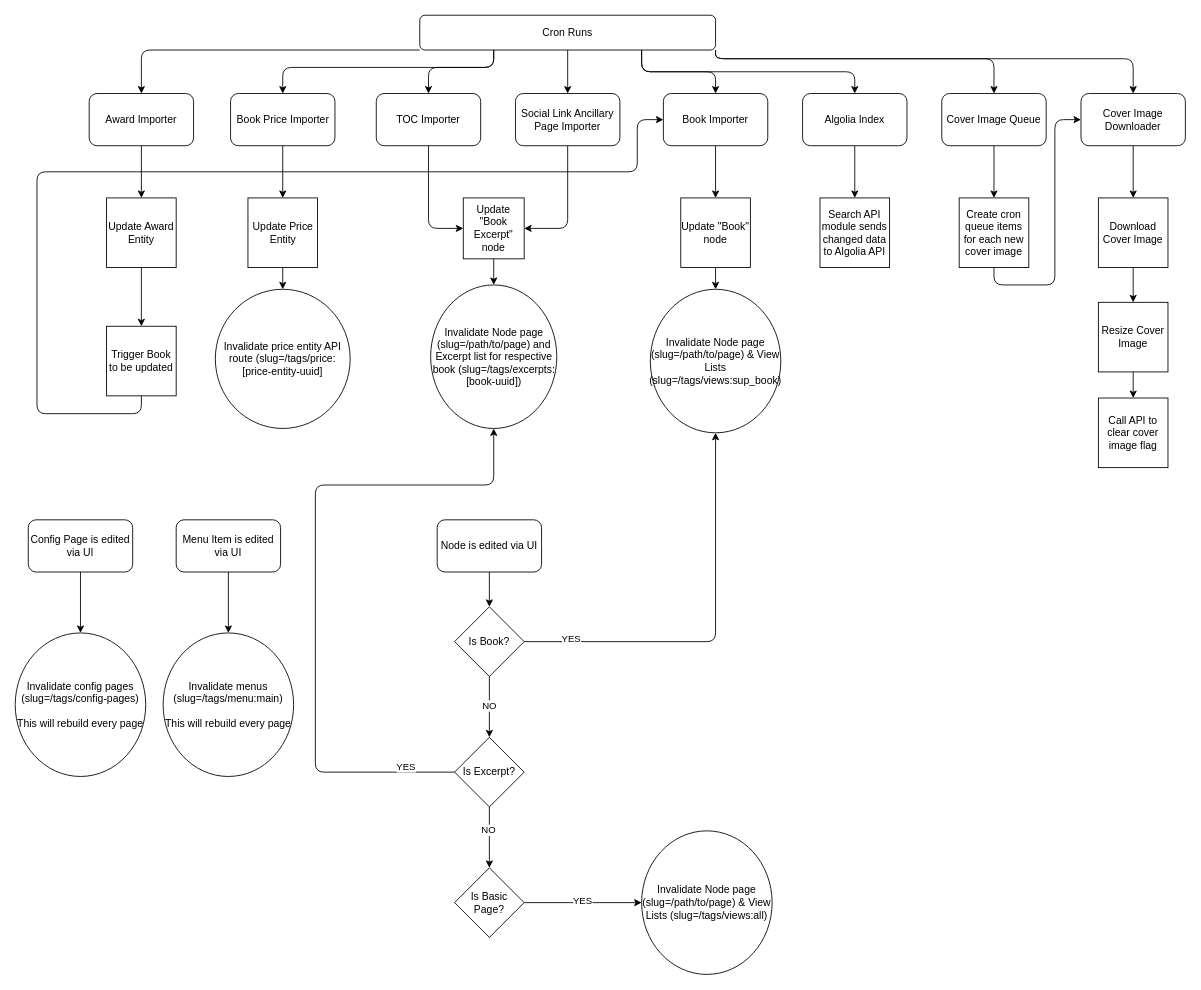
The draw.io diagram docs/architecture-flow.drawio in SU-SWS/press-nextjs, before the edit. Source tidied: cells renumbered, new cells numbered last; positions are measured from the earlier drawing's top-left corner, leaving out a move shared by most shapes. Both pictures are drawn from the tidied source at 87%, with x=0, y=0 at pixel (15, 15).
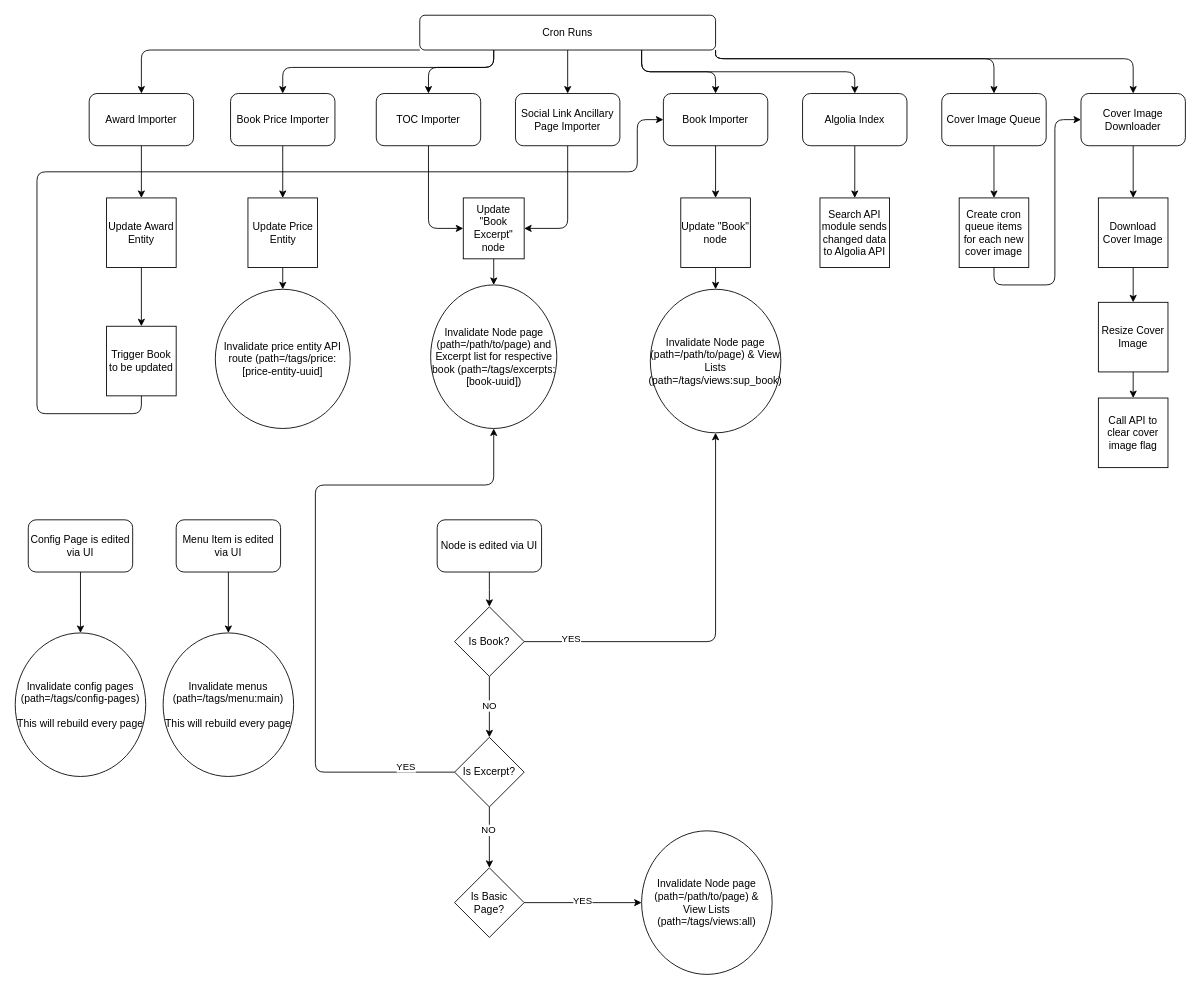
After the change.

Commit message (it also covers changes not shown here):
Updated architectural workflow

Change to the diagram source:
```diff
@@
-    <mxCell id="33" value="&lt;div&gt;Invalidate price entity API route (slug=/tags/price:[price-entity-uuid]&lt;br&gt;&lt;/div&gt;" style="ellipse;whiteSpace=wrap;html=1;" parent="1" vertex="1">
+    <mxCell id="33" value="&lt;div&gt;Invalidate price entity API route (path=/tags/price:[price-entity-uuid]&lt;br&gt;&lt;/div&gt;" style="ellipse;whiteSpace=wrap;html=1;" parent="1" vertex="1">
       <mxGeometry x="230" y="315" width="155" height="160" as="geometry" />
     </mxCell>
-    <mxCell id="34" value="&lt;div&gt;Invalidate Node page (slug=/path/to/page) &amp;amp; View Lists (slug=/tags/views:sup_book)&lt;/div&gt;" style="ellipse;whiteSpace=wrap;html=1;" parent="1" vertex="1">
+    <mxCell id="34" value="&lt;div&gt;Invalidate Node page (path=/path/to/page) &amp;amp; View Lists (path=/tags/views:sup_book)&lt;/div&gt;" style="ellipse;whiteSpace=wrap;html=1;" parent="1" vertex="1">
       <mxGeometry x="730" y="315" width="150" height="165" as="geometry" />
     </mxCell>
-    <mxCell id="35" value="Invalidate Node page (slug=/path/to/page) and Excerpt list for respective book (slug=/tags/excerpts:[book-uuid])" style="ellipse;whiteSpace=wrap;html=1;" parent="1" vertex="1">
+    <mxCell id="35" value="Invalidate Node page (path=/path/to/page) and Excerpt list for respective book (path=/tags/excerpts:[book-uuid])" style="ellipse;whiteSpace=wrap;html=1;" parent="1" vertex="1">
       <mxGeometry x="477.5" y="310" width="145" height="165" as="geometry" />
     </mxCell>
@@
-    <mxCell id="52" value="&lt;div&gt;Invalidate Node page (slug=/path/to/page) &amp;amp; View Lists (slug=/tags/views:all)&lt;/div&gt;" style="ellipse;whiteSpace=wrap;html=1;" parent="1" vertex="1">
+    <mxCell id="52" value="&lt;div&gt;Invalidate Node page (path=/path/to/page) &amp;amp; View Lists (path=/tags/views:all)&lt;/div&gt;" style="ellipse;whiteSpace=wrap;html=1;" parent="1" vertex="1">
       <mxGeometry x="720" y="937.5" width="150" height="165" as="geometry" />
     </mxCell>
@@
-    <mxCell id="55" value="&lt;div&gt;Invalidate config pages (slug=/tags/config-pages)&lt;/div&gt;&lt;div&gt;&lt;br&gt;&lt;/div&gt;&lt;div&gt;This will rebuild every page&lt;br&gt;&lt;/div&gt;" style="ellipse;whiteSpace=wrap;html=1;" parent="1" vertex="1">
+    <mxCell id="55" value="&lt;div&gt;Invalidate config pages (path=/tags/config-pages)&lt;/div&gt;&lt;div&gt;&lt;br&gt;&lt;/div&gt;&lt;div&gt;This will rebuild every page&lt;br&gt;&lt;/div&gt;" style="ellipse;whiteSpace=wrap;html=1;" parent="1" vertex="1">
       <mxGeometry y="710" width="150" height="165" as="geometry" />
     </mxCell>
@@
-    <mxCell id="58" value="&lt;div&gt;Invalidate menus (slug=/tags/menu:main)&lt;/div&gt;&lt;div&gt;&lt;br&gt;&lt;/div&gt;&lt;div&gt;This will rebuild every page&lt;br&gt;&lt;/div&gt;" style="ellipse;whiteSpace=wrap;html=1;" parent="1" vertex="1">
+    <mxCell id="58" value="&lt;div&gt;Invalidate menus (path=/tags/menu:main)&lt;/div&gt;&lt;div&gt;&lt;br&gt;&lt;/div&gt;&lt;div&gt;This will rebuild every page&lt;br&gt;&lt;/div&gt;" style="ellipse;whiteSpace=wrap;html=1;" parent="1" vertex="1">
       <mxGeometry x="170" y="710" width="150" height="165" as="geometry" />
     </mxCell>
```
